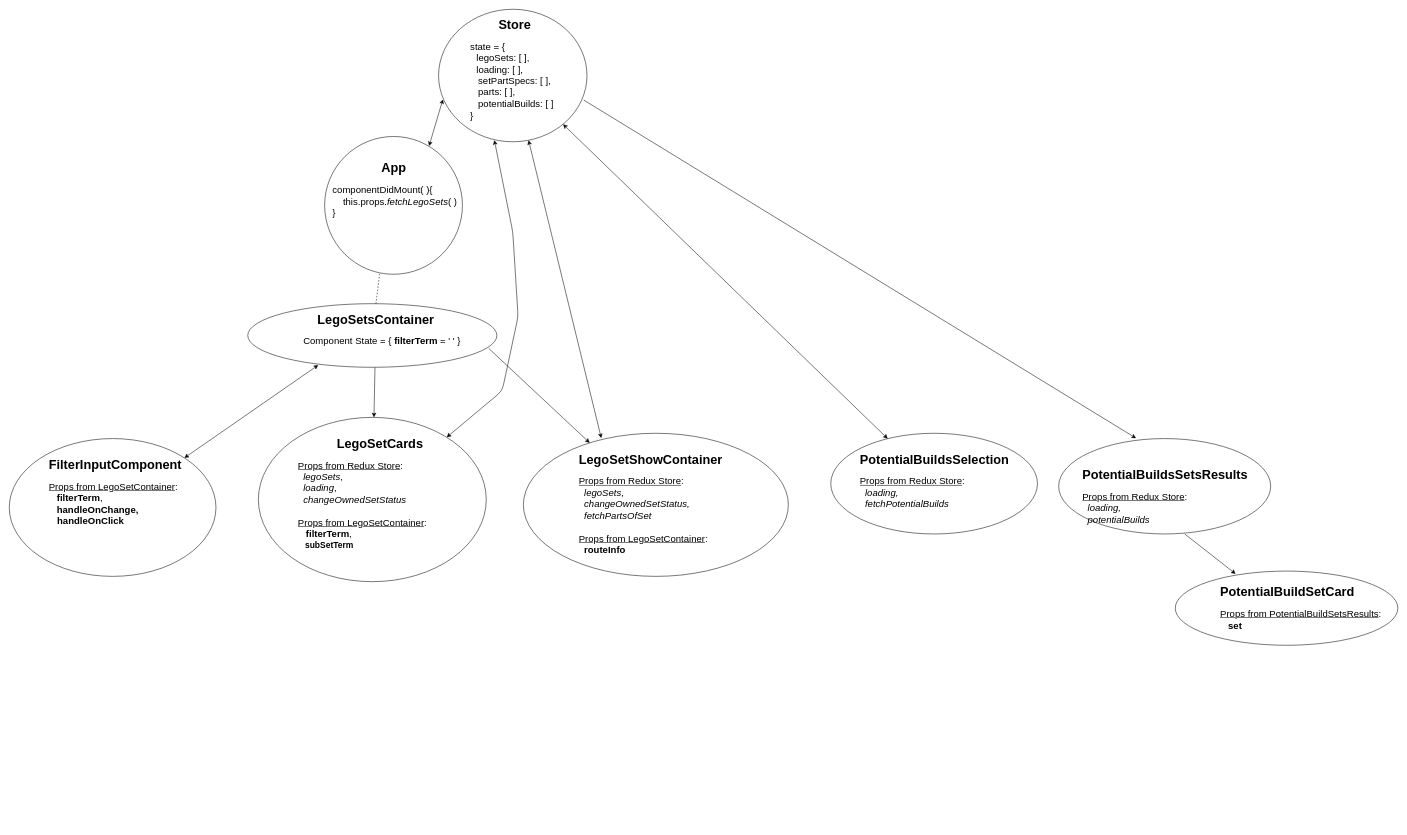
Before: StateTreeDiagram.drawio in DavidRMorphew/my-bricks-app-frontend, a draw.io diagram. Source tidied: cells renumbered, new cells numbered last; positions are measured from the earlier drawing's top-left corner, leaving out a move shared by most shapes. Both pictures are drawn from the tidied source at 53%, with x=0, y=0 at pixel (9, 9).
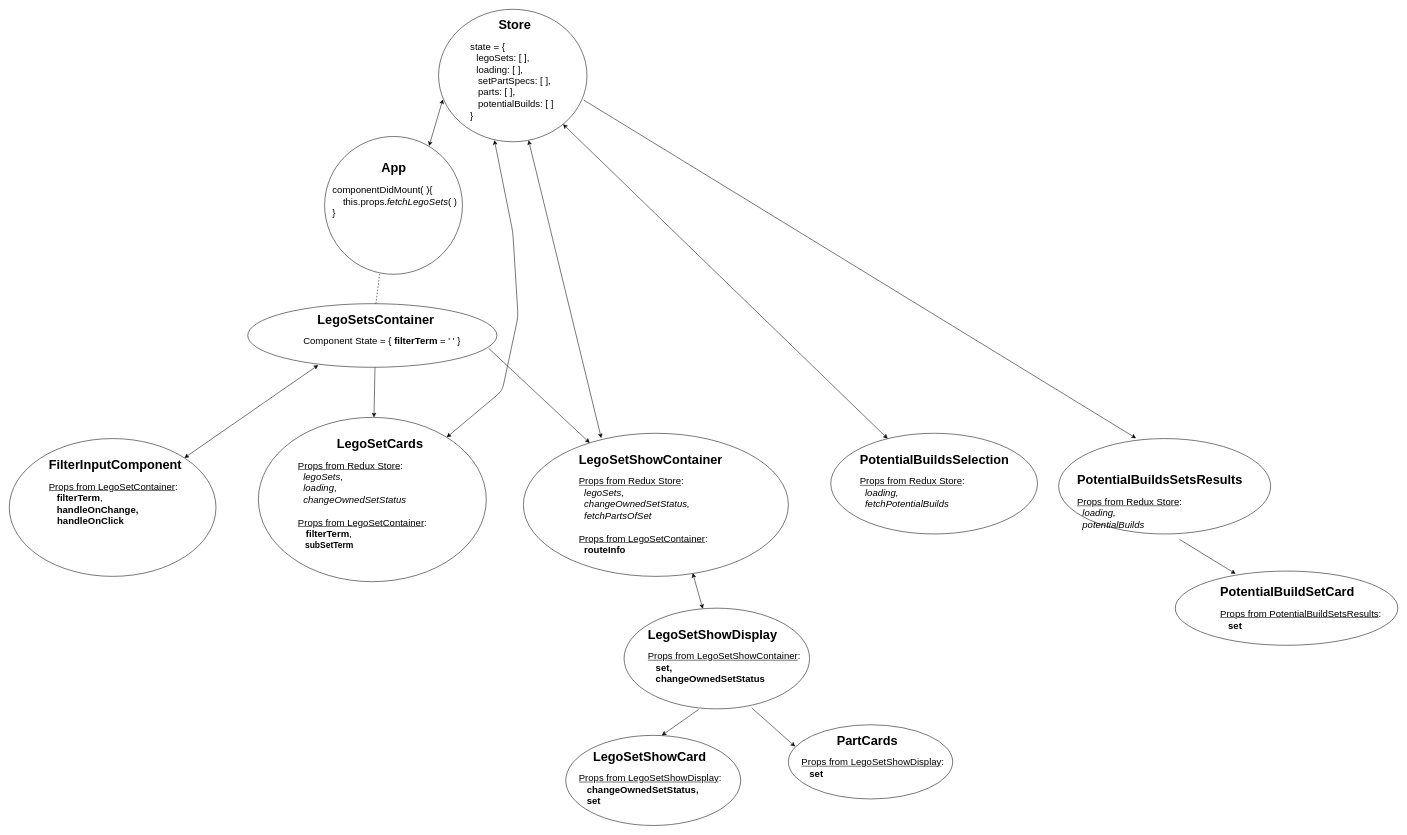
Above is the later version.

Commit message (it also covers changes not shown here):
spacing added to LegoSetShowDisplay and StateTreeDiagram updated with show components

The change refers to these unchanged cells:
```xml
<mxCell id="17" style="ellipse;whiteSpace=wrap;html=1;" parent="1" vertex="1">
  <mxGeometry x="970" y="800" width="500" height="270" as="geometry" />
</mxCell>
```

The edit, as a diff of the source:
```diff
@@
     <mxCell id="25" value="&lt;h1&gt;&amp;nbsp; PotentialBuildsSetsResults&amp;nbsp;&lt;/h1&gt;&lt;h1&gt;&lt;div style=&quot;font-size: 12px ; font-weight: 400&quot;&gt;&lt;div&gt;&lt;font style=&quot;font-size: 18px&quot;&gt;&lt;u&gt;Props from Redux Store&lt;/u&gt;:&amp;nbsp;&lt;/font&gt;&lt;/div&gt;&lt;div&gt;&lt;font style=&quot;font-size: 18px&quot;&gt;&amp;nbsp;&amp;nbsp;&lt;/font&gt;&lt;i style=&quot;font-size: 18px&quot;&gt;loading,&lt;/i&gt;&lt;/div&gt;&lt;/div&gt;&lt;div style=&quot;font-size: 12px ; font-weight: 400&quot;&gt;&lt;font style=&quot;font-size: 18px&quot;&gt;&amp;nbsp;&amp;nbsp;&lt;i&gt;potentialBuilds&lt;/i&gt;&lt;/font&gt;&lt;/div&gt;&lt;/h1&gt;&lt;div&gt;&lt;span style=&quot;font-size: 18px ; font-weight: normal&quot;&gt;&lt;br&gt;&lt;/span&gt;&lt;/div&gt;&lt;div&gt;&lt;span style=&quot;font-size: 18px ; font-weight: normal&quot;&gt;&lt;br&gt;&lt;/span&gt;&lt;/div&gt;" style="text;html=1;strokeColor=none;fillColor=none;spacing=5;spacingTop=-20;whiteSpace=wrap;overflow=hidden;rounded=0;" parent="1" vertex="1">
-      <mxGeometry x="2020" y="830" width="340" height="160" as="geometry" />
+      <mxGeometry x="2010" y="840" width="340" height="160" as="geometry" />
     </mxCell>
@@
+    <mxCell id="31" style="ellipse;whiteSpace=wrap;html=1;" parent="1" vertex="1">
+      <mxGeometry x="1160" y="1130" width="350" height="190" as="geometry" />
+    </mxCell>
+    <mxCell id="32" value="&lt;h1&gt;LegoSetShowDisplay&lt;/h1&gt;&lt;div&gt;&lt;div&gt;&lt;font style=&quot;font-size: 18px&quot;&gt;&lt;u&gt;Props from LegoSetShowContainer&lt;/u&gt;:&lt;i&gt;&lt;br&gt;&lt;/i&gt;&lt;/font&gt;&lt;/div&gt;&lt;/div&gt;&lt;div&gt;&lt;font style=&quot;font-size: 18px&quot;&gt;&amp;nbsp; &amp;nbsp;&lt;b&gt;set,&lt;/b&gt;&lt;/font&gt;&lt;/div&gt;&lt;div&gt;&lt;font style=&quot;font-size: 18px&quot;&gt;&lt;b&gt;&amp;nbsp; &amp;nbsp;changeOwnedSetStatus&lt;/b&gt;&lt;/font&gt;&lt;/div&gt;&lt;div&gt;&lt;font style=&quot;font-size: 18px&quot;&gt;&lt;b&gt;&lt;br&gt;&lt;/b&gt;&lt;/font&gt;&lt;/div&gt;&lt;div&gt;&lt;font style=&quot;font-size: 18px&quot;&gt;&lt;br&gt;&lt;/font&gt;&lt;/div&gt;" style="text;html=1;strokeColor=none;fillColor=none;spacing=5;spacingTop=-20;whiteSpace=wrap;overflow=hidden;rounded=0;" parent="1" vertex="1">
+      <mxGeometry x="1200" y="1160" width="320" height="150" as="geometry" />
+    </mxCell>
+    <mxCell id="33" style="endArrow=classic;startArrow=classic;html=1;entryX=0.639;entryY=0.978;entryDx=0;entryDy=0;entryPerimeter=0;" parent="1" edge="1" source="31" target="17">
+      <mxGeometry relative="1" as="geometry" />
+    </mxCell>
+    <mxCell id="34" style="ellipse;whiteSpace=wrap;html=1;" parent="1" vertex="1">
+      <mxGeometry x="1470" y="1350" width="310" height="140" as="geometry" />
+    </mxCell>
+    <mxCell id="35" style="ellipse;whiteSpace=wrap;html=1;" parent="1" vertex="1">
+      <mxGeometry x="1050" y="1370" width="330" height="170" as="geometry" />
+    </mxCell>
+    <mxCell id="36" value="&lt;h1&gt;&amp;nbsp; &amp;nbsp; LegoSetShowCard&lt;/h1&gt;&lt;div&gt;&lt;div&gt;&lt;div&gt;&lt;font style=&quot;font-size: 18px&quot;&gt;&lt;u&gt;Props from LegoSetShowDisplay&lt;/u&gt;:&lt;i&gt;&lt;br&gt;&lt;/i&gt;&lt;/font&gt;&lt;/div&gt;&lt;/div&gt;&lt;div&gt;&lt;font style=&quot;font-size: 18px&quot;&gt;&amp;nbsp; &amp;nbsp;&lt;/font&gt;&lt;b style=&quot;font-size: 18px&quot;&gt;changeOwnedSetStatus,&lt;/b&gt;&lt;/div&gt;&lt;div&gt;&lt;b style=&quot;font-size: 18px&quot;&gt;&amp;nbsp; &amp;nbsp;set&lt;/b&gt;&lt;/div&gt;&lt;/div&gt;&lt;div&gt;&lt;font style=&quot;font-size: 18px&quot;&gt;&lt;b&gt;&lt;br&gt;&lt;/b&gt;&lt;/font&gt;&lt;/div&gt;" style="text;html=1;strokeColor=none;fillColor=none;spacing=5;spacingTop=-20;whiteSpace=wrap;overflow=hidden;rounded=0;" parent="1" vertex="1">
+      <mxGeometry x="1070" y="1390" width="310" height="135" as="geometry" />
+    </mxCell>
+    <mxCell id="37" style="endArrow=classic;html=1;entryX=0.549;entryY=0;entryDx=0;entryDy=0;entryPerimeter=0;exitX=0.402;exitY=1.006;exitDx=0;exitDy=0;exitPerimeter=0;" parent="1" edge="1" source="31" target="35">
+      <mxGeometry relative="1" as="geometry" />
+    </mxCell>
+    <mxCell id="38" style="edgeStyle=orthogonalEdgeStyle;rounded=0;orthogonalLoop=1;jettySize=auto;html=1;exitX=0.5;exitY=1;exitDx=0;exitDy=0;" parent="1" edge="1" source="32" target="32">
+      <mxGeometry relative="1" as="geometry" />
+    </mxCell>
+    <mxCell id="39" value="&lt;h1&gt;&amp;nbsp; &amp;nbsp; &amp;nbsp; &amp;nbsp; &amp;nbsp; PartCards&lt;/h1&gt;&lt;div&gt;&lt;div&gt;&lt;div&gt;&lt;font style=&quot;font-size: 18px&quot;&gt;&lt;u&gt;Props from LegoSetShowDisplay&lt;/u&gt;:&lt;i&gt;&lt;br&gt;&lt;/i&gt;&lt;/font&gt;&lt;/div&gt;&lt;/div&gt;&lt;div&gt;&lt;font style=&quot;font-size: 18px&quot;&gt;&amp;nbsp; &amp;nbsp;&lt;b&gt;set&lt;/b&gt;&lt;/font&gt;&lt;/div&gt;&lt;/div&gt;&lt;div&gt;&lt;font style=&quot;font-size: 18px&quot;&gt;&lt;b&gt;&lt;br&gt;&lt;/b&gt;&lt;/font&gt;&lt;/div&gt;" style="text;html=1;strokeColor=none;fillColor=none;spacing=5;spacingTop=-20;whiteSpace=wrap;overflow=hidden;rounded=0;" parent="1" vertex="1">
+      <mxGeometry x="1490" y="1360" width="300" height="120" as="geometry" />
+    </mxCell>
+    <mxCell id="40" style="endArrow=classic;html=1;entryX=0.041;entryY=0.293;entryDx=0;entryDy=0;entryPerimeter=0;exitX=0.688;exitY=0.99;exitDx=0;exitDy=0;exitPerimeter=0;" parent="1" edge="1" source="31" target="34">
+      <mxGeometry relative="1" as="geometry" />
+    </mxCell>
```
